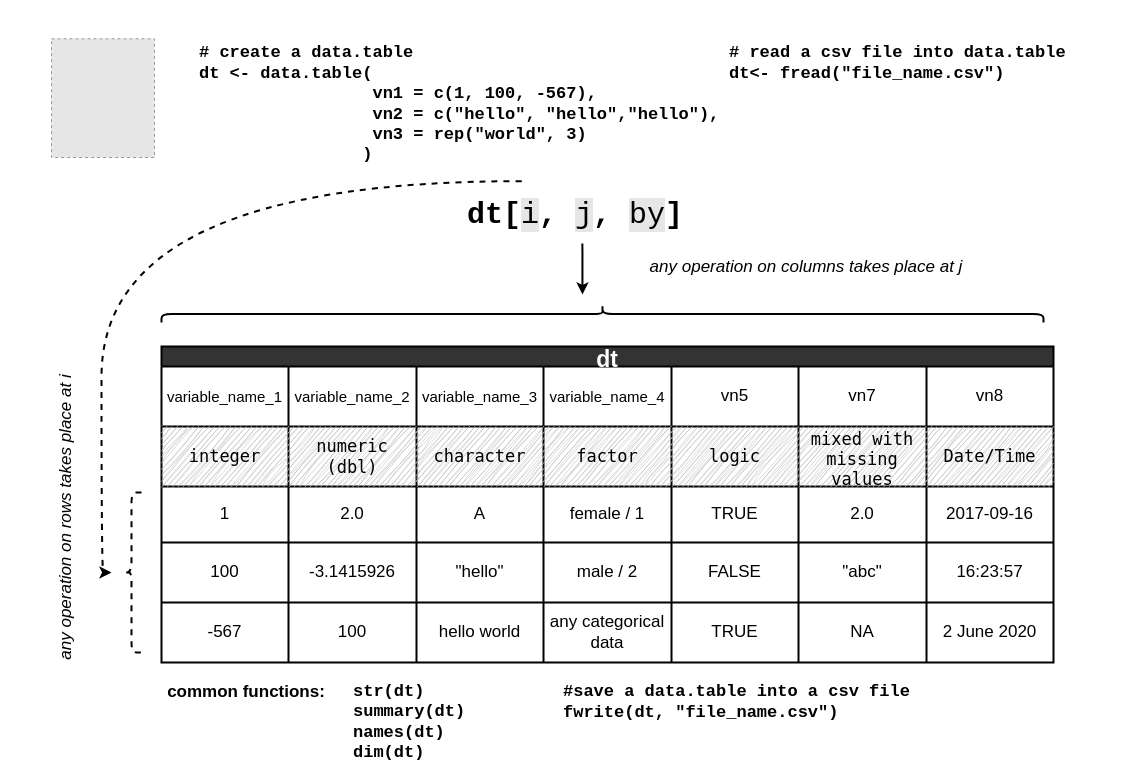
The draw.io diagram page "Page-1" (1 of 2) of drawio/R-data-table-illustration.drawio in oceanumeric/data-science-go-small, before the edit. Source tidied: cells renumbered, new cells numbered last; positions are measured from the earlier drawing's top-left corner, leaving out a move shared by most shapes. Both pictures are drawn from the tidied source at 100%, with x=0, y=0 at pixel (51, 21). Pictures stored in the file or linked from it are replaced by grey dashed boxes.
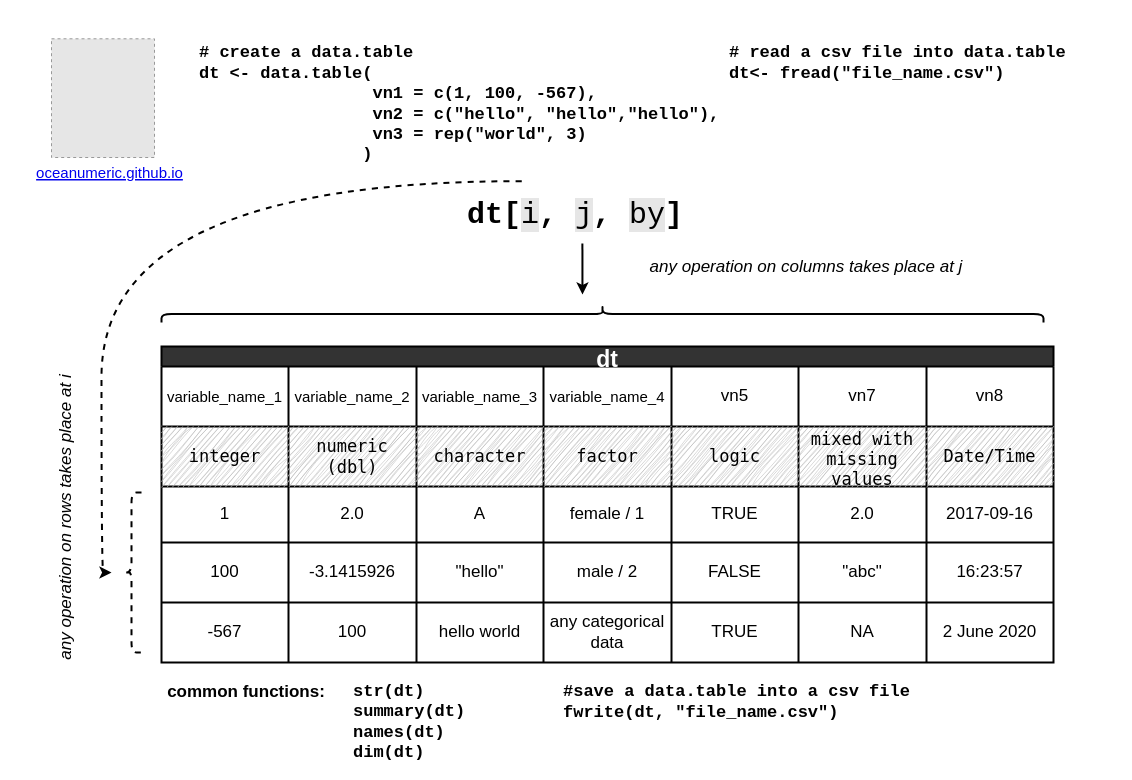
The same page after the edit.

What changed in the source:
```diff
@@
+    <mxCell id="56" value="oceanumeric.github.io" style="fontColor=#0000EE;fontStyle=4;rounded=0;overflow=hidden;spacing=10;strokeColor=none;fontSize=15;fillColor=none;" parent="1" vertex="1">
+      <mxGeometry x="-34" y="133" width="185" height="35" as="geometry" />
+    </mxCell>
```
